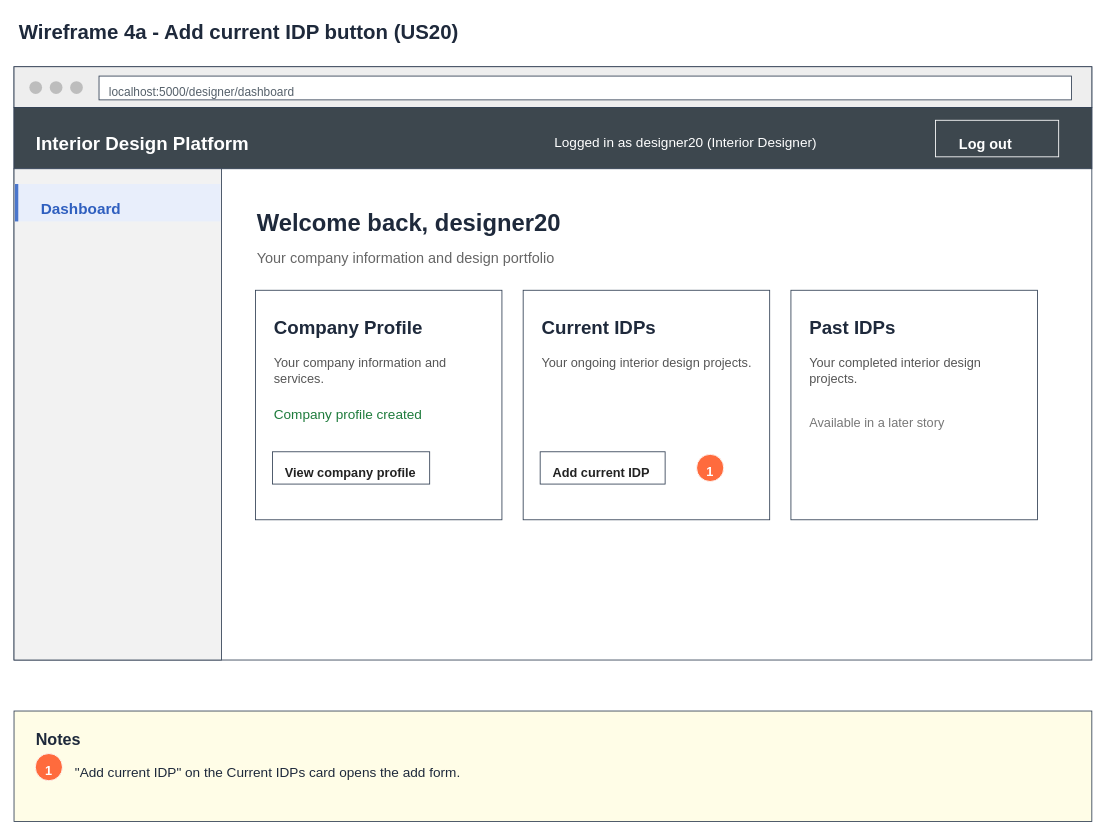
Above: page "4a Wireframe - Add button" (2 of 8) of Sprint_3/US20 - Add Current IDP/US20 Add current IDP.drawio in Hanzxc/CSIT314-ARCHSS (draw.io), before the change. Source tidied: cells renumbered, new cells numbered last; positions are measured from the earlier drawing's top-left corner, leaving out a move shared by most shapes. Both pictures are drawn from the tidied source at 85%, with x=0, y=0 at pixel (14, 14).
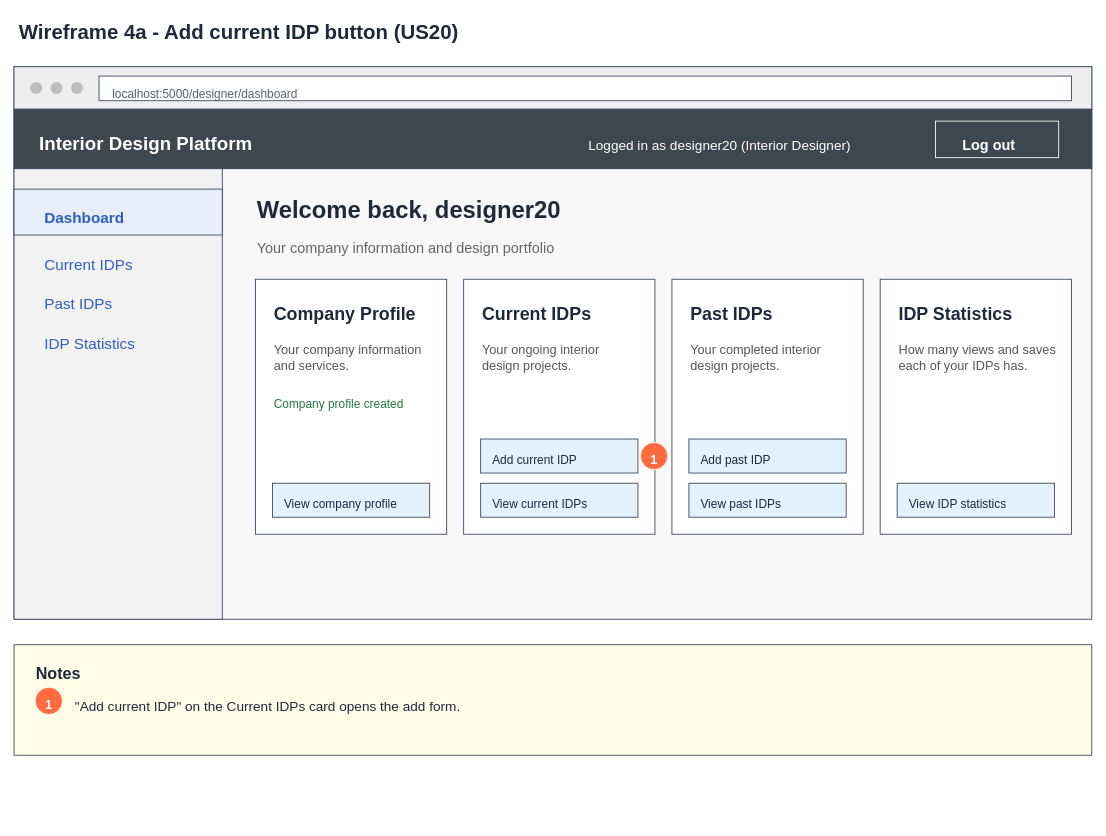
The same page after the edit.

Change to the diagram source:
```diff
@@
-    <mxCell id="3" style="rounded=0;whiteSpace=wrap;fillColor=#ffffff;strokeColor=#334155;" parent="1" vertex="1">
-      <mxGeometry y="62" width="1268" height="698" as="geometry" />
+    <mxCell id="3" style="rounded=0;whiteSpace=wrap;fillColor=#f8f8f8;strokeColor=#334155;" parent="1" vertex="1">
+      <mxGeometry y="62" width="1268" height="650" as="geometry" />
     </mxCell>
     <mxCell id="4" style="rounded=0;whiteSpace=wrap;fillColor=#eeeeee;strokeColor=#334155;" parent="1" vertex="1">
-      <mxGeometry y="62" width="1268" height="48" as="geometry" />
+      <mxGeometry y="62" width="1268" height="50" as="geometry" />
     </mxCell>
     <mxCell id="5" style="ellipse;fillColor=#bdbdbd;strokeColor=none;" parent="1" vertex="1">
-      <mxGeometry x="18" y="79" width="15" height="15" as="geometry" />
+      <mxGeometry x="19" y="80" width="14" height="14" as="geometry" />
     </mxCell>
     <mxCell id="6" style="ellipse;fillColor=#bdbdbd;strokeColor=none;" parent="1" vertex="1">
-      <mxGeometry x="42" y="79" width="15" height="15" as="geometry" />
+      <mxGeometry x="43" y="80" width="14" height="14" as="geometry" />
     </mxCell>
     <mxCell id="7" style="ellipse;fillColor=#bdbdbd;strokeColor=none;" parent="1" vertex="1">
-      <mxGeometry x="66" y="79" width="15" height="15" as="geometry" />
+      <mxGeometry x="67" y="80" width="14" height="14" as="geometry" />
     </mxCell>
     <mxCell id="8" style="rounded=0;whiteSpace=wrap;fillColor=#ffffff;strokeColor=#334155;" parent="1" vertex="1">
-      <mxGeometry x="100" y="73" width="1144" height="28" as="geometry" />
+      <mxGeometry x="100" y="73" width="1144" height="29" as="geometry" />
     </mxCell>
     <mxCell id="9" value="localhost:5000/designer/dashboard" style="text;html=0;align=left;verticalAlign=top;fontSize=14;fontStyle=0;fontColor=#56616b;" parent="1" vertex="1">
-      <mxGeometry x="110" y="77" width="231" height="23" as="geometry" />
+      <mxGeometry x="114" y="79" width="900" height="21" as="geometry" />
     </mxCell>
     <mxCell id="10" style="rounded=0;whiteSpace=wrap;fillColor=#3d474e;strokeColor=#334155;" parent="1" vertex="1">
-      <mxGeometry y="110" width="1268" height="72" as="geometry" />
+      <mxGeometry y="112" width="1268" height="70" as="geometry" />
     </mxCell>
     <mxCell id="11" value="Interior Design Platform" style="text;html=0;align=left;verticalAlign=top;fontSize=22;fontStyle=1;fontColor=#ffffff;" parent="1" vertex="1">
-      <mxGeometry x="24" y="132" width="256" height="34" as="geometry" />
+      <mxGeometry x="28" y="133" width="900" height="29" as="geometry" />
     </mxCell>
     <mxCell id="12" value="Logged in as designer20 (Interior Designer)" style="text;html=0;align=left;verticalAlign=top;fontSize=16;fontStyle=0;fontColor=#ffffff;" parent="1" vertex="1">
-      <mxGeometry x="634" y="135" width="316" height="26" as="geometry" />
+      <mxGeometry x="674" y="139" width="440" height="23" as="geometry" />
     </mxCell>
     <mxCell id="13" style="rounded=0;whiteSpace=wrap;fillColor=#3d474e;strokeColor=#ffffff;" parent="1" vertex="1">
-      <mxGeometry x="1084" y="125" width="145" height="43" as="geometry" />
+      <mxGeometry x="1084" y="126" width="145" height="43" as="geometry" />
     </mxCell>
     <mxCell id="14" value="Log out" style="text;html=0;align=left;verticalAlign=top;fontSize=17;fontStyle=1;fontColor=#ffffff;" parent="1" vertex="1">
-      <mxGeometry x="1110" y="136" width="69" height="27" as="geometry" />
+      <mxGeometry x="1114" y="137" width="115" height="24" as="geometry" />
     </mxCell>
-    <mxCell id="15" style="rounded=0;whiteSpace=wrap;fillColor=#f2f2f2;strokeColor=#334155;" parent="1" vertex="1">
-      <mxGeometry y="182" width="244" height="578" as="geometry" />
-    </mxCell>
-    <mxCell id="16" style="rounded=0;whiteSpace=wrap;fillColor=#e8eefb;strokeColor=none;" parent="1" vertex="1">
-      <mxGeometry x="1" y="200" width="242" height="44" as="geometry" />
-    </mxCell>
-    <mxCell id="17" style="rounded=0;whiteSpace=wrap;fillColor=#4a76cc;strokeColor=none;" parent="1" vertex="1">
-      <mxGeometry x="1" y="200" width="4" height="44" as="geometry" />
+    <mxCell id="17" style="rounded=0;whiteSpace=wrap;fillColor=#f2f2f2;strokeColor=#334155;" parent="1" vertex="1">
+      <mxGeometry y="182" width="245" height="530" as="geometry" />
     </mxCell>
-    <mxCell id="18" value="Dashboard" style="text;html=0;align=left;verticalAlign=top;fontSize=18;fontStyle=1;fontColor=#2f5fbf;" parent="1" vertex="1">
-      <mxGeometry x="30" y="212" width="102" height="28" as="geometry" />
+    <mxCell id="18" style="rounded=0;whiteSpace=wrap;fillColor=#e8eefb;strokeColor=#334155;" parent="1" vertex="1">
+      <mxGeometry y="206" width="245" height="54" as="geometry" />
     </mxCell>
-    <mxCell id="19" value="Welcome back, designer20" style="text;html=0;align=left;verticalAlign=top;fontSize=28;fontStyle=1;fontColor=#1e293b;" parent="1" vertex="1">
-      <mxGeometry x="284" y="222" width="371" height="42" as="geometry" />
+    <mxCell id="19" value="Dashboard" style="text;html=0;align=left;verticalAlign=top;fontSize=18;fontStyle=1;fontColor=#2f5fbf;" parent="1" vertex="1">
+      <mxGeometry x="34" y="222" width="200" height="25" as="geometry" />
     </mxCell>
-    <mxCell id="20" value="Your company information and design portfolio" style="text;html=0;align=left;verticalAlign=top;fontSize=17;fontStyle=0;fontColor=#666666;" parent="1" vertex="1">
-      <mxGeometry x="284" y="270" width="355" height="27" as="geometry" />
+    <mxCell id="20" value="Current IDPs" style="text;html=0;align=left;verticalAlign=top;fontSize=18;fontStyle=0;fontColor=#2f5fbf;" parent="1" vertex="1">
+      <mxGeometry x="34" y="278" width="200" height="25" as="geometry" />
     </mxCell>
-    <mxCell id="21" style="rounded=0;whiteSpace=wrap;fillColor=#ffffff;strokeColor=#334155;" parent="1" vertex="1">
-      <mxGeometry x="284" y="325" width="290" height="270" as="geometry" />
+    <mxCell id="21" value="Past IDPs" style="text;html=0;align=left;verticalAlign=top;fontSize=18;fontStyle=0;fontColor=#2f5fbf;" parent="1" vertex="1">
+      <mxGeometry x="34" y="324" width="200" height="25" as="geometry" />
     </mxCell>
-    <mxCell id="22" value="Company Profile" style="text;html=0;align=left;verticalAlign=top;fontSize=22;fontStyle=1;fontColor=#1e293b;" parent="1" vertex="1">
-      <mxGeometry x="304" y="349" width="181" height="34" as="geometry" />
+    <mxCell id="22" value="IDP Statistics" style="text;html=0;align=left;verticalAlign=top;fontSize=18;fontStyle=0;fontColor=#2f5fbf;" parent="1" vertex="1">
+      <mxGeometry x="34" y="370" width="200" height="25" as="geometry" />
     </mxCell>
-    <mxCell id="23" value="Your company information and&#10;services." style="text;html=0;align=left;verticalAlign=top;fontSize=15;fontStyle=0;fontColor=#555555;" parent="1" vertex="1">
-      <mxGeometry x="304" y="395" width="208" height="44" as="geometry" />
+    <mxCell id="23" value="Welcome back, designer20" style="text;html=0;align=left;verticalAlign=top;fontSize=28;fontStyle=1;fontColor=#1e293b;" parent="1" vertex="1">
+      <mxGeometry x="284" y="206" width="900" height="35" as="geometry" />
     </mxCell>
-    <mxCell id="24" value="Company profile created" style="text;html=0;align=left;verticalAlign=top;fontSize=16;fontStyle=0;fontColor=#1e7b3c;" parent="1" vertex="1">
-      <mxGeometry x="304" y="455" width="182" height="26" as="geometry" />
+    <mxCell id="24" value="Your company information and design portfolio" style="text;html=0;align=left;verticalAlign=top;fontSize=17;fontStyle=0;fontColor=#666666;" parent="1" vertex="1">
+      <mxGeometry x="284" y="259" width="900" height="24" as="geometry" />
     </mxCell>
     <mxCell id="25" style="rounded=0;whiteSpace=wrap;fillColor=#ffffff;strokeColor=#334155;" parent="1" vertex="1">
-      <mxGeometry x="304" y="515" width="185" height="38" as="geometry" />
+      <mxGeometry x="284" y="312" width="225" height="300" as="geometry" />
     </mxCell>
-    <mxCell id="26" value="View company profile" style="text;html=0;align=left;verticalAlign=top;fontSize=15;fontStyle=1;fontColor=#222222;" parent="1" vertex="1">
-      <mxGeometry x="317" y="524" width="159" height="24" as="geometry" />
+    <mxCell id="26" value="Company Profile" style="text;html=0;align=left;verticalAlign=top;fontSize=21;fontStyle=1;fontColor=#1e293b;" parent="1" vertex="1">
+      <mxGeometry x="304" y="333" width="195" height="29" as="geometry" />
     </mxCell>
-    <mxCell id="27" style="rounded=0;whiteSpace=wrap;fillColor=#ffffff;strokeColor=#334155;" parent="1" vertex="1">
-      <mxGeometry x="599" y="325" width="290" height="270" as="geometry" />
+    <mxCell id="27" value="Your company information&#10;and services." style="text;html=0;align=left;verticalAlign=top;fontSize=15;fontStyle=0;fontColor=#555555;" parent="1" vertex="1">
+      <mxGeometry x="304" y="380" width="195" height="44" as="geometry" />
     </mxCell>
-    <mxCell id="28" value="Current IDPs" style="text;html=0;align=left;verticalAlign=top;fontSize=22;fontStyle=1;fontColor=#1e293b;" parent="1" vertex="1">
-      <mxGeometry x="619" y="349" width="142" height="34" as="geometry" />
+    <mxCell id="28" value="Company profile created" style="text;html=0;align=left;verticalAlign=top;fontSize=14;fontStyle=0;fontColor=#1e7b3c;" parent="1" vertex="1">
+      <mxGeometry x="304" y="444" width="195" height="21" as="geometry" />
     </mxCell>
-    <mxCell id="29" value="Your ongoing interior design projects." style="text;html=0;align=left;verticalAlign=top;fontSize=15;fontStyle=0;fontColor=#555555;" parent="1" vertex="1">
-      <mxGeometry x="619" y="395" width="249" height="24" as="geometry" />
+    <mxCell id="29" style="rounded=0;whiteSpace=wrap;fillColor=#e3f2fd;strokeColor=#334155;" parent="1" vertex="1">
+      <mxGeometry x="304" y="552" width="185" height="40" as="geometry" />
     </mxCell>
-    <mxCell id="30" style="rounded=0;whiteSpace=wrap;fillColor=#ffffff;strokeColor=#334155;" parent="1" vertex="1">
-      <mxGeometry x="619" y="515" width="147" height="38" as="geometry" />
+    <mxCell id="30" value="View company profile" style="text;html=0;align=left;verticalAlign=top;fontSize=14;fontStyle=0;fontColor=#1e293b;" parent="1" vertex="1">
+      <mxGeometry x="316" y="562" width="165" height="22" as="geometry" />
     </mxCell>
-    <mxCell id="31" value="Add current IDP" style="text;html=0;align=left;verticalAlign=top;fontSize=15;fontStyle=1;fontColor=#222222;" parent="1" vertex="1">
-      <mxGeometry x="632" y="524" width="121" height="24" as="geometry" />
+    <mxCell id="31" style="rounded=0;whiteSpace=wrap;fillColor=#ffffff;strokeColor=#334155;" parent="1" vertex="1">
+      <mxGeometry x="529" y="312" width="225" height="300" as="geometry" />
     </mxCell>
-    <mxCell id="32" style="rounded=0;whiteSpace=wrap;fillColor=#ffffff;strokeColor=#334155;" parent="1" vertex="1">
-      <mxGeometry x="914" y="325" width="290" height="270" as="geometry" />
+    <mxCell id="32" value="Current IDPs" style="text;html=0;align=left;verticalAlign=top;fontSize=21;fontStyle=1;fontColor=#1e293b;" parent="1" vertex="1">
+      <mxGeometry x="549" y="333" width="195" height="29" as="geometry" />
     </mxCell>
-    <mxCell id="33" value="Past IDPs" style="text;html=0;align=left;verticalAlign=top;fontSize=22;fontStyle=1;fontColor=#1e293b;" parent="1" vertex="1">
-      <mxGeometry x="934" y="349" width="109" height="34" as="geometry" />
+    <mxCell id="33" value="Your ongoing interior&#10;design projects." style="text;html=0;align=left;verticalAlign=top;fontSize=15;fontStyle=0;fontColor=#555555;" parent="1" vertex="1">
+      <mxGeometry x="549" y="380" width="195" height="44" as="geometry" />
     </mxCell>
-    <mxCell id="34" value="Your completed interior design&#10;projects." style="text;html=0;align=left;verticalAlign=top;fontSize=15;fontStyle=0;fontColor=#555555;" parent="1" vertex="1">
-      <mxGeometry x="934" y="395" width="206" height="44" as="geometry" />
+    <mxCell id="34" style="rounded=0;whiteSpace=wrap;fillColor=#e3f2fd;strokeColor=#334155;" parent="1" vertex="1">
+      <mxGeometry x="549" y="552" width="185" height="40" as="geometry" />
     </mxCell>
-    <mxCell id="35" value="Available in a later story" style="text;html=0;align=left;verticalAlign=top;fontSize=15;fontStyle=0;fontColor=#777777;" parent="1" vertex="1">
-      <mxGeometry x="934" y="465" width="163" height="24" as="geometry" />
+    <mxCell id="35" value="View current IDPs" style="text;html=0;align=left;verticalAlign=top;fontSize=14;fontStyle=0;fontColor=#1e293b;" parent="1" vertex="1">
+      <mxGeometry x="561" y="562" width="165" height="22" as="geometry" />
     </mxCell>
-    <mxCell id="36" style="ellipse;fillColor=#ff6b3d;strokeColor=#ffffff;" parent="1" vertex="1">
-      <mxGeometry x="803" y="518" width="32" height="32" as="geometry" />
+    <mxCell id="36" style="rounded=0;whiteSpace=wrap;fillColor=#e3f2fd;strokeColor=#334155;" parent="1" vertex="1">
+      <mxGeometry x="549" y="500" width="185" height="40" as="geometry" />
     </mxCell>
-    <mxCell id="37" value="1" style="text;html=0;align=left;verticalAlign=top;fontSize=15;fontStyle=1;fontColor=#ffffff;" parent="1" vertex="1">
-      <mxGeometry x="813" y="523" width="16" height="24" as="geometry" />
+    <mxCell id="37" value="Add current IDP" style="text;html=0;align=left;verticalAlign=top;fontSize=14;fontStyle=0;fontColor=#1e293b;" parent="1" vertex="1">
+      <mxGeometry x="561" y="510" width="165" height="22" as="geometry" />
     </mxCell>
-    <mxCell id="38" style="rounded=0;whiteSpace=wrap;fillColor=#fffde7;strokeColor=#334155;" parent="1" vertex="1">
-      <mxGeometry y="820" width="1268" height="130" as="geometry" />
+    <mxCell id="38" style="rounded=0;whiteSpace=wrap;fillColor=#ffffff;strokeColor=#334155;" parent="1" vertex="1">
+      <mxGeometry x="774" y="312" width="225" height="300" as="geometry" />
     </mxCell>
-    <mxCell id="39" value="Notes" style="text;html=0;align=left;verticalAlign=top;fontSize=19;fontStyle=1;fontColor=#1e293b;" parent="1" vertex="1">
-      <mxGeometry x="24" y="836" width="62" height="30" as="geometry" />
+    <mxCell id="39" value="Past IDPs" style="text;html=0;align=left;verticalAlign=top;fontSize=21;fontStyle=1;fontColor=#1e293b;" parent="1" vertex="1">
+      <mxGeometry x="794" y="333" width="195" height="29" as="geometry" />
     </mxCell>
-    <mxCell id="40" style="ellipse;fillColor=#ff6b3d;strokeColor=#ffffff;" parent="1" vertex="1">
-      <mxGeometry x="25" y="870" width="32" height="32" as="geometry" />
+    <mxCell id="40" value="Your completed interior&#10;design projects." style="text;html=0;align=left;verticalAlign=top;fontSize=15;fontStyle=0;fontColor=#555555;" parent="1" vertex="1">
+      <mxGeometry x="794" y="380" width="195" height="44" as="geometry" />
     </mxCell>
-    <mxCell id="41" value="1" style="text;html=0;align=left;verticalAlign=top;fontSize=15;fontStyle=1;fontColor=#ffffff;" parent="1" vertex="1">
-      <mxGeometry x="35" y="875" width="16" height="24" as="geometry" />
+    <mxCell id="41" style="rounded=0;whiteSpace=wrap;fillColor=#e3f2fd;strokeColor=#334155;" parent="1" vertex="1">
+      <mxGeometry x="794" y="552" width="185" height="40" as="geometry" />
     </mxCell>
-    <mxCell id="42" value="&quot;Add current IDP&quot; on the Current IDPs card opens the add form." style="text;html=0;align=left;verticalAlign=top;fontSize=16;fontStyle=0;fontColor=#1e293b;" parent="1" vertex="1">
-      <mxGeometry x="70" y="876" width="456" height="26" as="geometry" />
+    <mxCell id="42" value="View past IDPs" style="text;html=0;align=left;verticalAlign=top;fontSize=14;fontStyle=0;fontColor=#1e293b;" parent="1" vertex="1">
+      <mxGeometry x="806" y="562" width="165" height="22" as="geometry" />
     </mxCell>
+    <mxCell id="43" style="rounded=0;whiteSpace=wrap;fillColor=#e3f2fd;strokeColor=#334155;" parent="1" vertex="1">
+      <mxGeometry x="794" y="500" width="185" height="40" as="geometry" />
+    </mxCell>
+    <mxCell id="44" value="Add past IDP" style="text;html=0;align=left;verticalAlign=top;fontSize=14;fontStyle=0;fontColor=#1e293b;" parent="1" vertex="1">
+      <mxGeometry x="806" y="510" width="165" height="22" as="geometry" />
+    </mxCell>
+    <mxCell id="45" style="rounded=0;whiteSpace=wrap;fillColor=#ffffff;strokeColor=#334155;" parent="1" vertex="1">
+      <mxGeometry x="1019" y="312" width="225" height="300" as="geometry" />
+    </mxCell>
+    <mxCell id="46" value="IDP Statistics" style="text;html=0;align=left;verticalAlign=top;fontSize=21;fontStyle=1;fontColor=#1e293b;" parent="1" vertex="1">
+      <mxGeometry x="1039" y="333" width="195" height="29" as="geometry" />
+    </mxCell>
+    <mxCell id="47" value="How many views and saves&#10;each of your IDPs has." style="text;html=0;align=left;verticalAlign=top;fontSize=15;fontStyle=0;fontColor=#555555;" parent="1" vertex="1">
+      <mxGeometry x="1039" y="380" width="195" height="44" as="geometry" />
+    </mxCell>
+    <mxCell id="48" style="rounded=0;whiteSpace=wrap;fillColor=#e3f2fd;strokeColor=#334155;" parent="1" vertex="1">
+      <mxGeometry x="1039" y="552" width="185" height="40" as="geometry" />
+    </mxCell>
+    <mxCell id="49" value="View IDP statistics" style="text;html=0;align=left;verticalAlign=top;fontSize=14;fontStyle=0;fontColor=#1e293b;" parent="1" vertex="1">
+      <mxGeometry x="1051" y="562" width="165" height="22" as="geometry" />
+    </mxCell>
+    <mxCell id="50" style="ellipse;fillColor=#ff6b3d;strokeColor=#ffffff;" parent="1" vertex="1">
+      <mxGeometry x="737" y="504" width="32" height="32" as="geometry" />
+    </mxCell>
+    <mxCell id="51" value="1" style="text;html=0;align=left;verticalAlign=top;fontSize=15;fontStyle=1;fontColor=#ffffff;" parent="1" vertex="1">
+      <mxGeometry x="747" y="509" width="16" height="24" as="geometry" />
+    </mxCell>
+    <mxCell id="52" style="rounded=0;whiteSpace=wrap;fillColor=#fffde7;strokeColor=#334155;" parent="1" vertex="1">
+      <mxGeometry y="742" width="1268" height="130" as="geometry" />
+    </mxCell>
+    <mxCell id="53" value="Notes" style="text;html=0;align=left;verticalAlign=top;fontSize=19;fontStyle=1;fontColor=#1e293b;" parent="1" vertex="1">
+      <mxGeometry x="24" y="758" width="62" height="30" as="geometry" />
+    </mxCell>
+    <mxCell id="54" style="ellipse;fillColor=#ff6b3d;strokeColor=#ffffff;" parent="1" vertex="1">
+      <mxGeometry x="25" y="792" width="32" height="32" as="geometry" />
+    </mxCell>
+    <mxCell id="55" value="1" style="text;html=0;align=left;verticalAlign=top;fontSize=15;fontStyle=1;fontColor=#ffffff;" parent="1" vertex="1">
+      <mxGeometry x="35" y="797" width="16" height="24" as="geometry" />
+    </mxCell>
+    <mxCell id="56" value="&quot;Add current IDP&quot; on the Current IDPs card opens the add form." style="text;html=0;align=left;verticalAlign=top;fontSize=16;fontStyle=0;fontColor=#1e293b;" parent="1" vertex="1">
+      <mxGeometry x="70" y="798" width="456" height="26" as="geometry" />
+    </mxCell>
```
